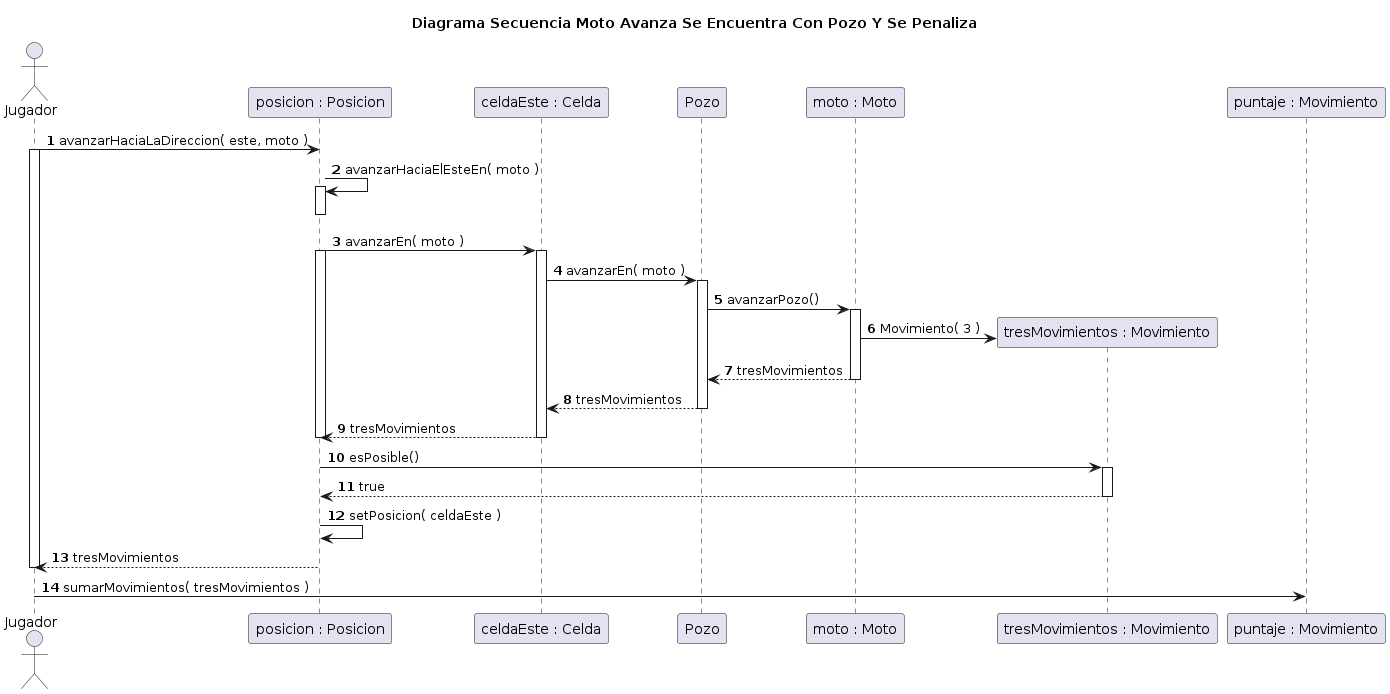
rodrigovzq/algo3_tp2 keeps this PlantUML diagram as diagrams/borradores/imagenes/DiagramaSecuenciaCasoConPozoEnMoto.png. Above is the earlier version. The source it was exported from:
```plantuml
@startuml
title Diagrama Secuencia Moto Avanza Se Encuentra Con Pozo Y Se Penaliza

autonumber

actor Jugador

Jugador -> "posicion : Posicion": avanzarHaciaLaDireccion( este, moto )

activate Jugador
"posicion : Posicion" -> "posicion : Posicion"++: avanzarHaciaElEsteEn( moto )

deactivate "posicion : Posicion"
"posicion : Posicion" -> "celdaEste : Celda"++: avanzarEn( moto )

activate "posicion : Posicion"
"celdaEste : Celda" -> Pozo++: avanzarEn( moto )
Pozo -> "moto : Moto"++: avanzarPozo()
create "tresMovimientos : Movimiento"
"moto : Moto" -> "tresMovimientos : Movimiento": Movimiento( 3 )
"moto : Moto" --> Pozo: tresMovimientos
deactivate "moto : Moto"
Pozo --> "celdaEste : Celda": tresMovimientos
deactivate Pozo
"celdaEste : Celda" --> "posicion : Posicion": tresMovimientos
deactivate "celdaEste : Celda"
deactivate "posicion : Posicion"


"tresMovimientos : Movimiento" <- "posicion : Posicion"++: esPosible()
"tresMovimientos : Movimiento" --> "posicion : Posicion": true
deactivate "tresMovimientos : Movimiento"
"posicion : Posicion" -> "posicion : Posicion": setPosicion( celdaEste )

"posicion : Posicion" --> Jugador: tresMovimientos

deactivate Jugador
Jugador -> "puntaje : Movimiento": sumarMovimientos( tresMovimientos )

@enduml
```
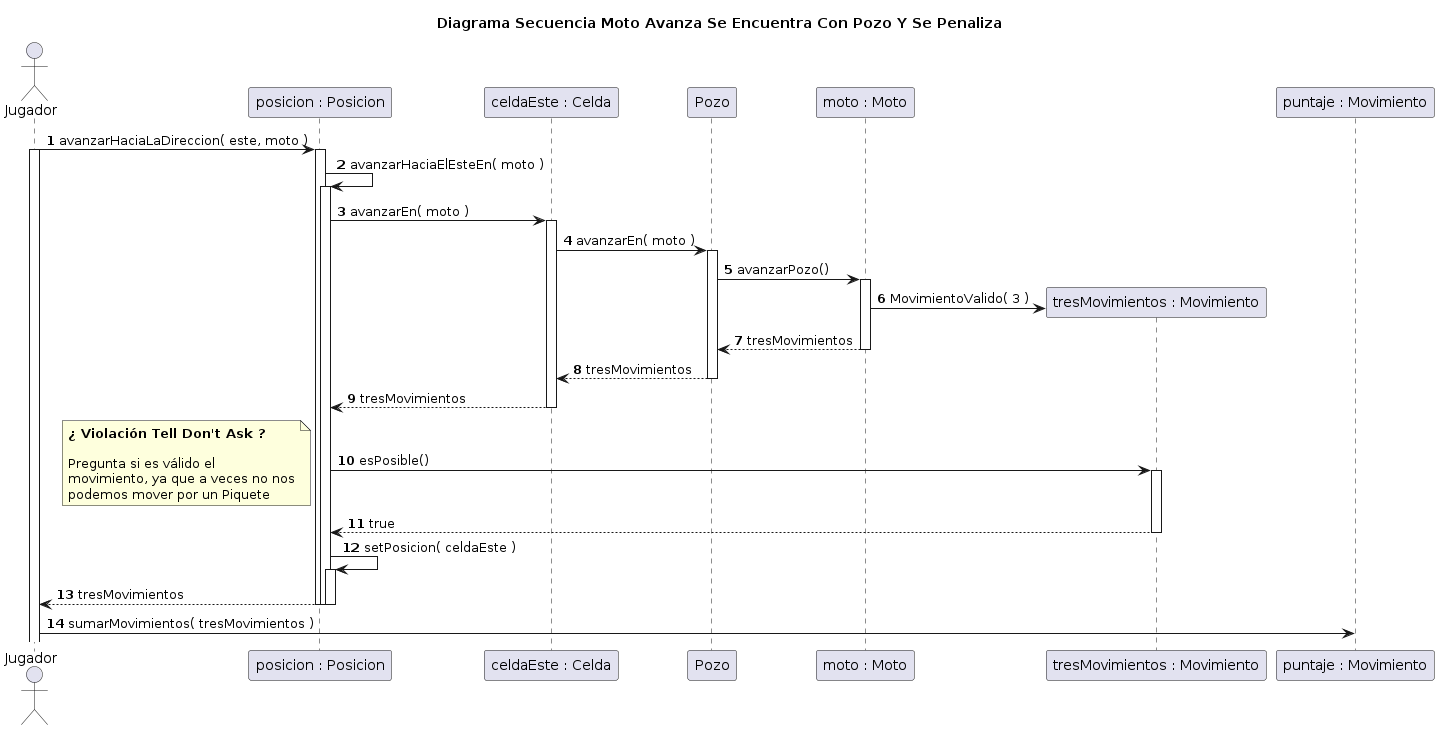
After the change.

Diff of the diagram source:
```diff
@@ -5,36 +5,44 @@
 
 actor Jugador
 
-Jugador -> "posicion : Posicion": avanzarHaciaLaDireccion( este, moto )
+Jugador -> "posicion : Posicion"++: avanzarHaciaLaDireccion( este, moto )
 
 activate Jugador
 "posicion : Posicion" -> "posicion : Posicion"++: avanzarHaciaElEsteEn( moto )
 
-deactivate "posicion : Posicion"
 "posicion : Posicion" -> "celdaEste : Celda"++: avanzarEn( moto )
 
-activate "posicion : Posicion"
 "celdaEste : Celda" -> Pozo++: avanzarEn( moto )
 Pozo -> "moto : Moto"++: avanzarPozo()
 create "tresMovimientos : Movimiento"
-"moto : Moto" -> "tresMovimientos : Movimiento": Movimiento( 3 )
+"moto : Moto" -> "tresMovimientos : Movimiento": MovimientoValido( 3 )
 "moto : Moto" --> Pozo: tresMovimientos
 deactivate "moto : Moto"
 Pozo --> "celdaEste : Celda": tresMovimientos
 deactivate Pozo
-"celdaEste : Celda" --> "posicion : Posicion": tresMovimientos
+"celdaEste : Celda" --> "posicion : Posicion"--: tresMovimientos
 deactivate "celdaEste : Celda"
-deactivate "posicion : Posicion"
 
 
 "tresMovimientos : Movimiento" <- "posicion : Posicion"++: esPosible()
+
+note left
+**¿ Violación Tell Don't Ask ?**
+
+Pregunta si es válido el
+movimiento, ya que a veces no nos
+podemos mover por un Piquete
+end note
+
 "tresMovimientos : Movimiento" --> "posicion : Posicion": true
 deactivate "tresMovimientos : Movimiento"
-"posicion : Posicion" -> "posicion : Posicion": setPosicion( celdaEste )
+"posicion : Posicion" -> "posicion : Posicion"++: setPosicion( celdaEste )
 
-"posicion : Posicion" --> Jugador: tresMovimientos
 
-deactivate Jugador
+"posicion : Posicion" --> Jugador--: tresMovimientos
+deactivate "posicion : Posicion"
+deactivate "posicion : Posicion"
+
 Jugador -> "puntaje : Movimiento": sumarMovimientos( tresMovimientos )
 
 @enduml
```
